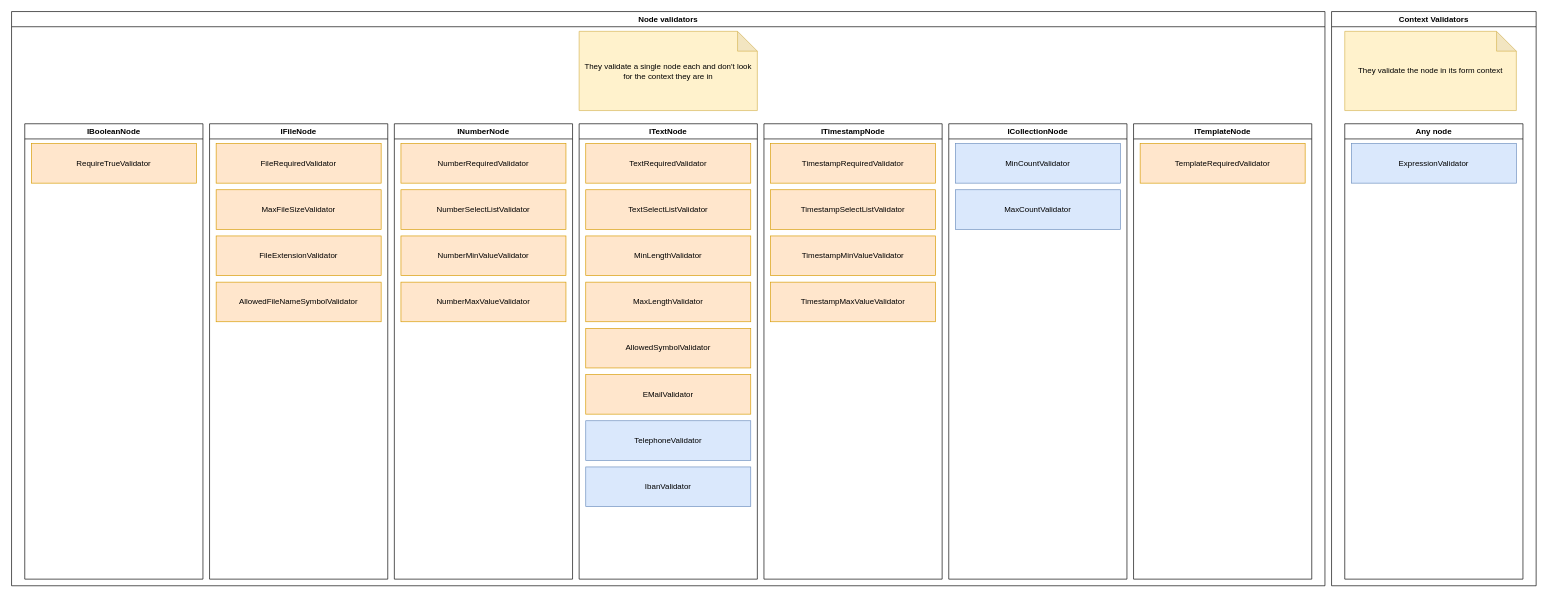
Before: doc/forms-concept/validators.drawio in RGXStorm281/common, a draw.io diagram. Source tidied: cells renumbered, new cells numbered last; positions are measured from the earlier drawing's top-left corner, leaving out a move shared by most shapes. Both pictures are drawn from the tidied source at 66%, with x=0, y=0 at pixel (11, 11).
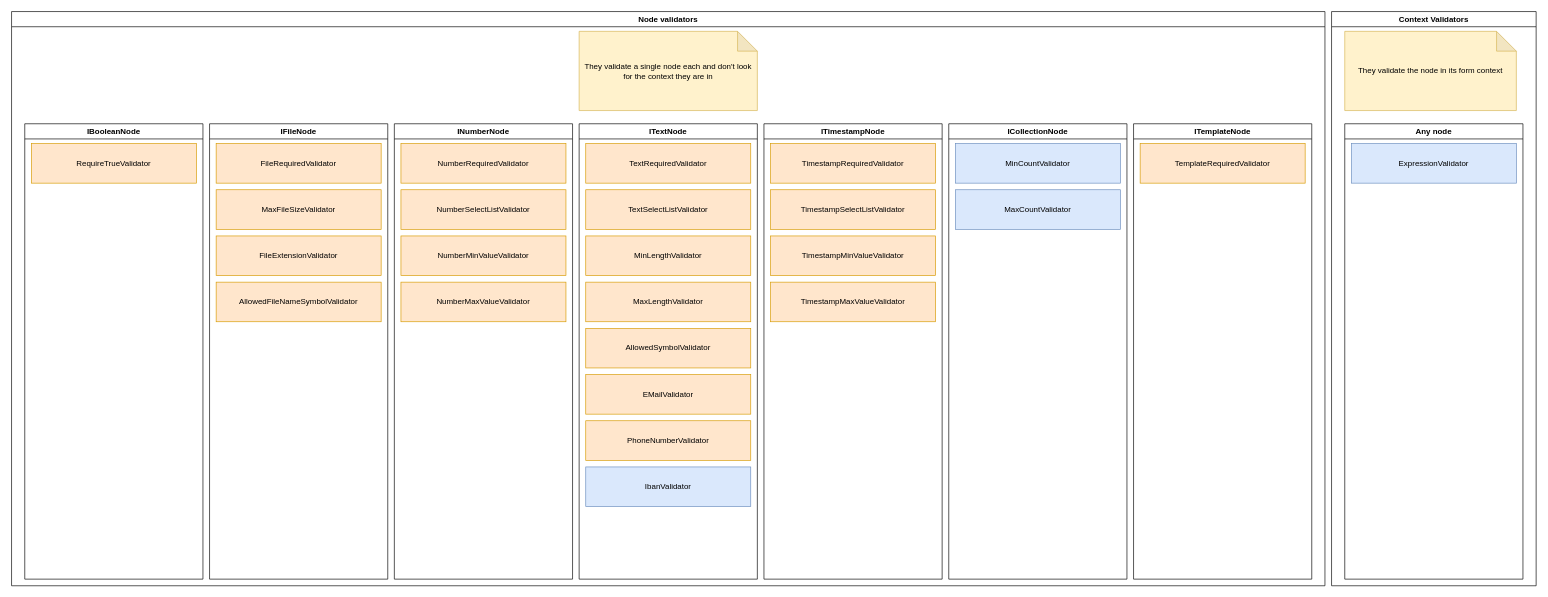
Above is the later version.

Unchanged cells that the change refers to:
```xml
<mxCell id="16" value="ITextNode" style="swimlane;whiteSpace=wrap;html=1;" parent="2" vertex="1">
  <mxGeometry x="860" y="170" width="270" height="690" as="geometry" />
</mxCell>
```

The edit, as a diff of the source:
```diff
@@
-    <mxCell id="22" value="TelephoneValidator" style="rounded=0;whiteSpace=wrap;html=1;fillColor=#dae8fc;strokeColor=#6c8ebf;" parent="16" vertex="1">
+    <mxCell id="22" value="PhoneNumberValidator" style="rounded=0;whiteSpace=wrap;html=1;fillColor=#ffe6cc;strokeColor=#d79b00;" parent="16" vertex="1">
       <mxGeometry x="10" y="450" width="250" height="60" as="geometry" />
     </mxCell>
```
